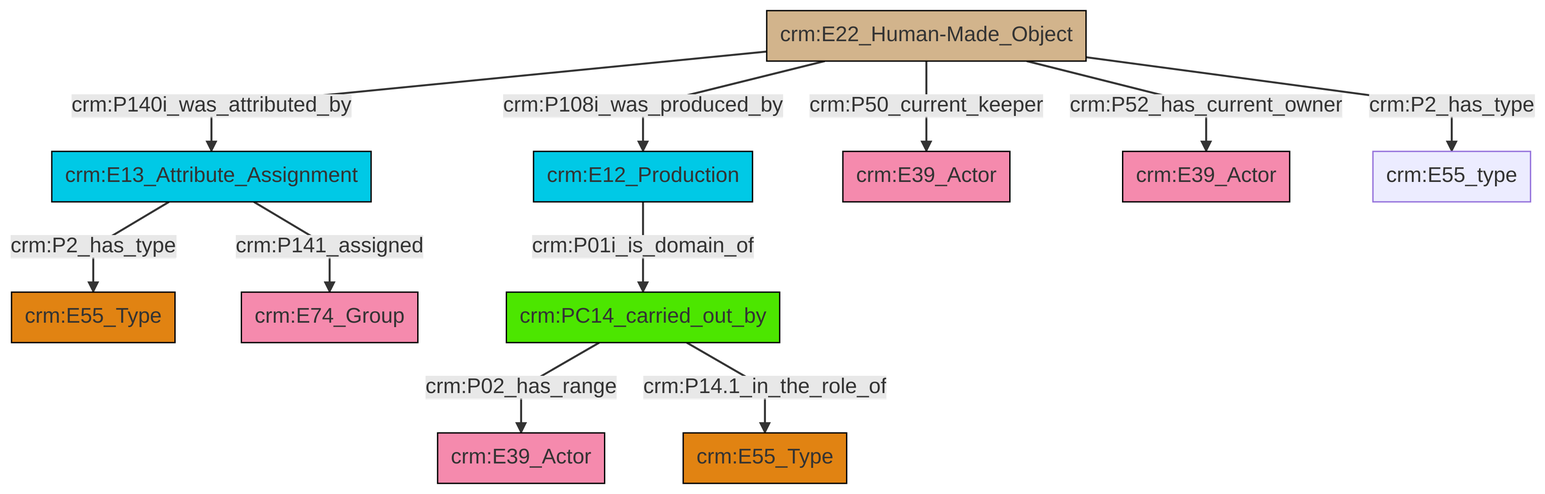
The Mermaid diagram et/artworkCSV/ttl/mmd/png/Artwork_Actor_Relations.png in swiss-art-research-net/reference-data-models, before a commit. Its source is kept beside it as et/artworkCSV/ttl/mmd/Artwork_Actor_Relations.ttl.mmd.
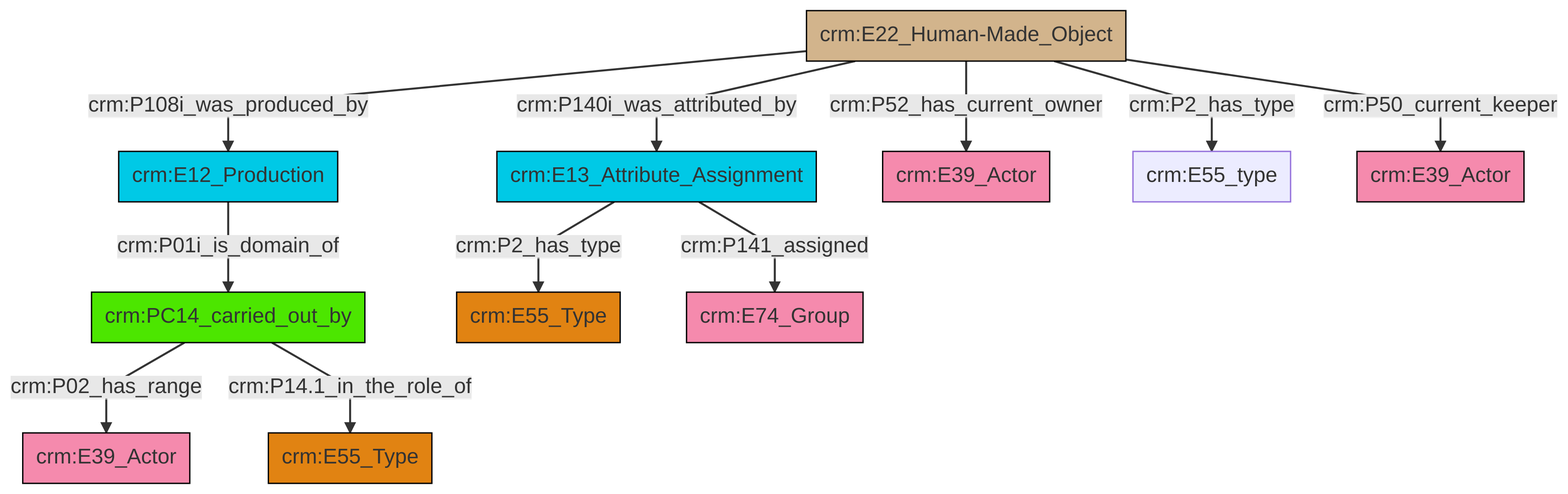
Above is the later version.

What changed in the source:
```diff
@@ -13,13 +13,13 @@
 classDef PC_Classes fill:#4ce600, stroke:#000000;
 classDef Multi fill:#cccccc,stroke:#000000;
 
-6["crm:E22_Human-Made_Object"]:::Physical_Thing -->|crm:P140i_was_attributed_by| 7["crm:E13_Attribute_Assignment"]:::Temporal_Entity
-4["crm:PC14_carried_out_by"]:::PC_Classes -->|crm:P02_has_range| 15["crm:E39_Actor"]:::Actor
-6["crm:E22_Human-Made_Object"]:::Physical_Thing -->|crm:P108i_was_produced_by| 18["crm:E12_Production"]:::Temporal_Entity
-7["crm:E13_Attribute_Assignment"]:::Temporal_Entity -->|crm:P2_has_type| 0["crm:E55_Type"]:::Type
-6["crm:E22_Human-Made_Object"]:::Physical_Thing -->|crm:P50_current_keeper| 9["crm:E39_Actor"]:::Actor
-6["crm:E22_Human-Made_Object"]:::Physical_Thing -->|crm:P52_has_current_owner| 13["crm:E39_Actor"]:::Actor
-6["crm:E22_Human-Made_Object"]:::Physical_Thing -->|crm:P2_has_type| 20["crm:E55_type"]:::Default
-18["crm:E12_Production"]:::Temporal_Entity -->|crm:P01i_is_domain_of| 4["crm:PC14_carried_out_by"]:::PC_Classes
-7["crm:E13_Attribute_Assignment"]:::Temporal_Entity -->|crm:P141_assigned| 11["crm:E74_Group"]:::Actor
-4["crm:PC14_carried_out_by"]:::PC_Classes -->|crm:P14.1_in_the_role_of| 2["crm:E55_Type"]:::Type
+0["crm:PC14_carried_out_by"]:::PC_Classes -->|crm:P02_has_range| 1["crm:E39_Actor"]:::Actor
+2["crm:E13_Attribute_Assignment"]:::Temporal_Entity -->|crm:P2_has_type| 3["crm:E55_Type"]:::Type
+4["crm:E22_Human-Made_Object"]:::Physical_Thing -->|crm:P108i_was_produced_by| 5["crm:E12_Production"]:::Temporal_Entity
+4["crm:E22_Human-Made_Object"]:::Physical_Thing -->|crm:P140i_was_attributed_by| 2["crm:E13_Attribute_Assignment"]:::Temporal_Entity
+5["crm:E12_Production"]:::Temporal_Entity -->|crm:P01i_is_domain_of| 0["crm:PC14_carried_out_by"]:::PC_Classes
+0["crm:PC14_carried_out_by"]:::PC_Classes -->|crm:P14.1_in_the_role_of| 9["crm:E55_Type"]:::Type
+4["crm:E22_Human-Made_Object"]:::Physical_Thing -->|crm:P2_has_type| 10["crm:E55_type"]:::Default
+4["crm:E22_Human-Made_Object"]:::Physical_Thing -->|crm:P52_has_current_owner| 6["crm:E39_Actor"]:::Actor
+4["crm:E22_Human-Made_Object"]:::Physical_Thing -->|crm:P50_current_keeper| 15["crm:E39_Actor"]:::Actor
+2["crm:E13_Attribute_Assignment"]:::Temporal_Entity -->|crm:P141_assigned| 16["crm:E74_Group"]:::Actor
```
